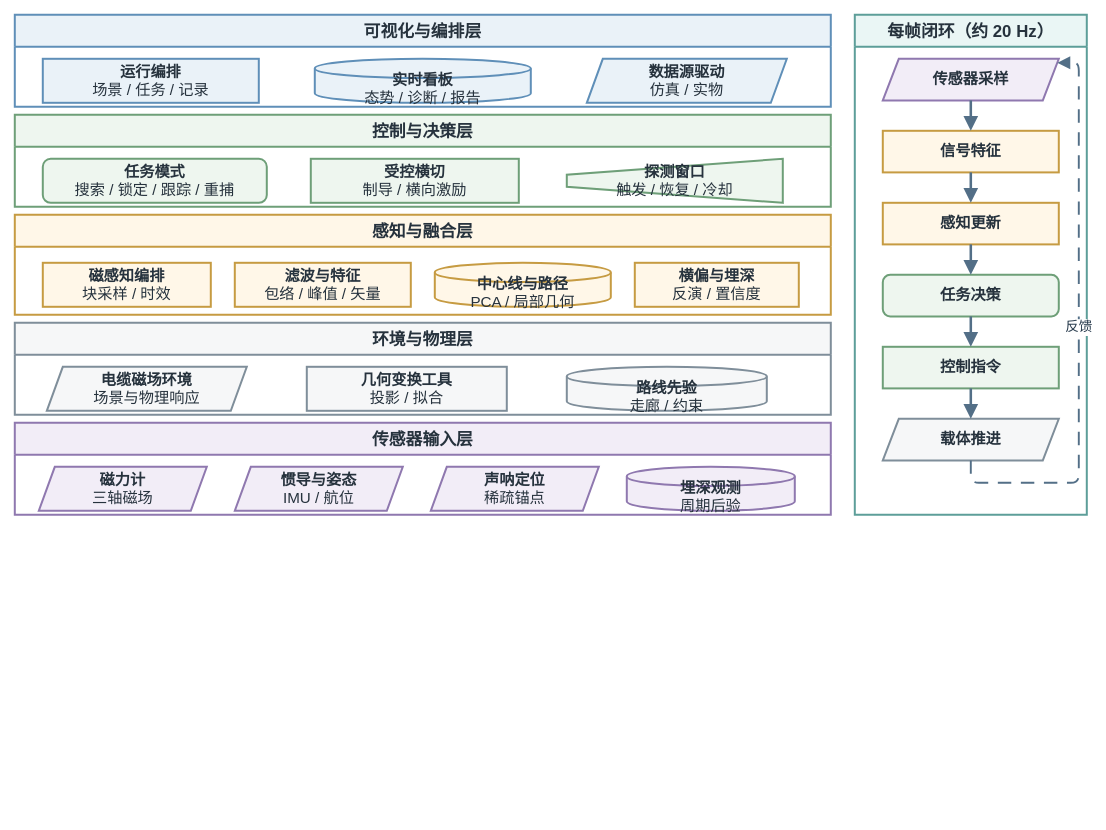
The draw.io diagram docs/figure/fig_arch_onion.drawio in 360ZMEM/AUV-Master-Mag, before the edit. Source tidied: cells renumbered, new cells numbered last; positions are measured from the earlier drawing's top-left corner, leaving out a move shared by most shapes. Both pictures are drawn from the tidied source at 80%, with x=0, y=0 at pixel (14, 14).
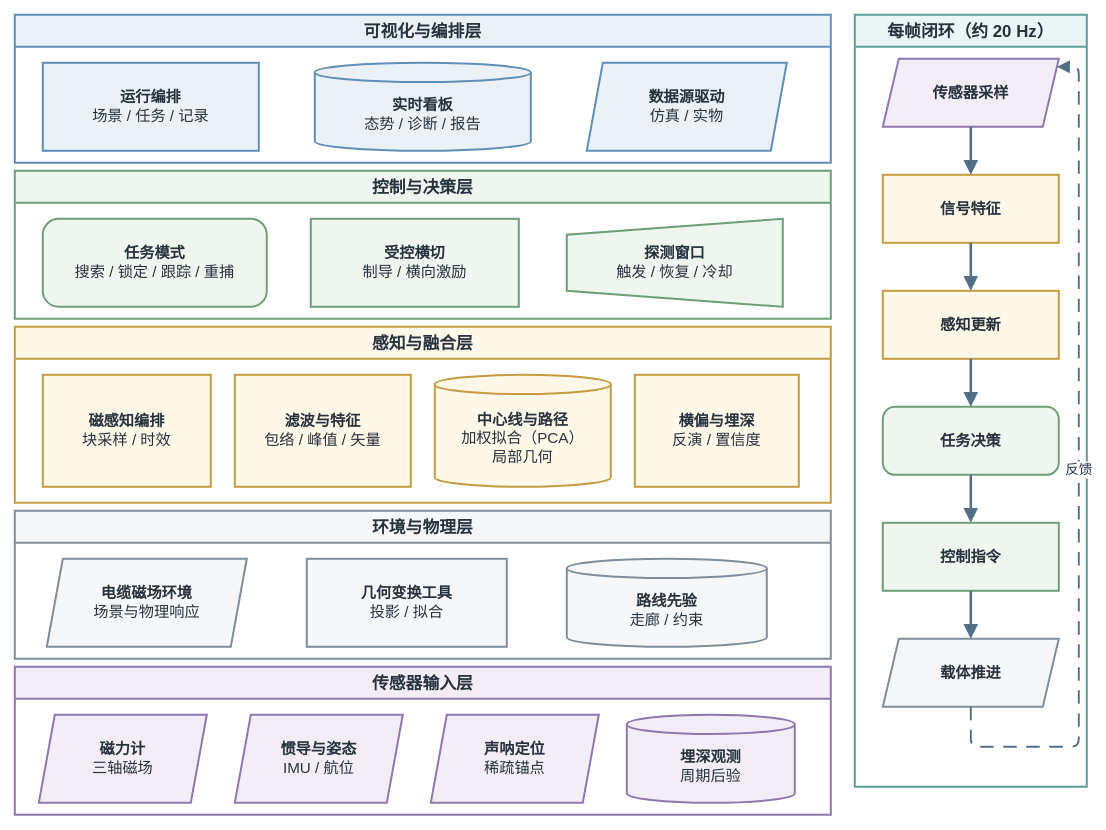
After the change.

Diff of the diagram source:
```diff
@@
     <mxCell id="2" value="可视化与编排层" style="swimlane;whiteSpace=wrap;html=1;rounded=0;startSize=40;fillColor=#EAF2F8;strokeColor=#5F8FB8;strokeWidth=2.5;fontFamily=Songti SC;fontSize=21;fontStyle=1;fontColor=#26323D;" parent="1" vertex="1">
-      <mxGeometry width="1020" height="115" as="geometry" />
+      <mxGeometry width="1020" height="185" as="geometry" />
     </mxCell>
     <mxCell id="3" value="控制与决策层" style="swimlane;whiteSpace=wrap;html=1;rounded=0;startSize=40;fillColor=#EEF6EF;strokeColor=#6E9F78;strokeWidth=2.5;fontFamily=Songti SC;fontSize=21;fontStyle=1;fontColor=#26323D;" parent="1" vertex="1">
-      <mxGeometry y="125" width="1020" height="115" as="geometry" />
+      <mxGeometry y="195" width="1020" height="185" as="geometry" />
     </mxCell>
     <mxCell id="4" value="感知与融合层" style="swimlane;whiteSpace=wrap;html=1;rounded=0;startSize=40;fillColor=#FFF7E8;strokeColor=#C69B42;strokeWidth=2.5;fontFamily=Songti SC;fontSize=21;fontStyle=1;fontColor=#26323D;" parent="1" vertex="1">
-      <mxGeometry y="250" width="1020" height="125" as="geometry" />
+      <mxGeometry y="390" width="1020" height="220" as="geometry" />
     </mxCell>
     <mxCell id="5" value="环境与物理层" style="swimlane;whiteSpace=wrap;html=1;rounded=0;startSize=40;fillColor=#F6F7F8;strokeColor=#7F8E9A;strokeWidth=2.5;fontFamily=Songti SC;fontSize=21;fontStyle=1;fontColor=#26323D;" parent="1" vertex="1">
-      <mxGeometry y="385" width="1020" height="115" as="geometry" />
+      <mxGeometry y="620" width="1020" height="185" as="geometry" />
     </mxCell>
     <mxCell id="6" value="传感器输入层" style="swimlane;whiteSpace=wrap;html=1;rounded=0;startSize=40;fillColor=#F2EDF7;strokeColor=#8F78AF;strokeWidth=2.5;fontFamily=Songti SC;fontSize=21;fontStyle=1;fontColor=#26323D;" parent="1" vertex="1">
-      <mxGeometry y="510" width="1020" height="115" as="geometry" />
+      <mxGeometry y="815" width="1020" height="185" as="geometry" />
     </mxCell>
     <mxCell id="7" value="每帧闭环（约 20 Hz）" style="swimlane;whiteSpace=wrap;html=1;rounded=0;startSize=40;fillColor=#EAF6F5;strokeColor=#5D9E99;strokeWidth=2.5;fontFamily=Songti SC;fontSize=21;fontStyle=1;fontColor=#26323D;" parent="1" vertex="1">
-      <mxGeometry x="1050" width="290" height="625" as="geometry" />
+      <mxGeometry x="1050" width="290" height="965" as="geometry" />
     </mxCell>
     <mxCell id="8" value="&lt;b&gt;运行编排&lt;/b&gt;&lt;br&gt;场景 / 任务 / 记录" style="rounded=0;whiteSpace=wrap;html=1;align=center;verticalAlign=middle;fillColor=#EAF2F8;strokeColor=#5F8FB8;strokeWidth=2.5;spacing=8;fontFamily=Songti SC;fontSize=19;fontColor=#26323D;" parent="2" vertex="1">
-      <mxGeometry x="35" y="55" width="270" height="55" as="geometry" />
+      <mxGeometry x="35" y="60" width="270" height="110" as="geometry" />
     </mxCell>
     <mxCell id="9" value="&lt;b&gt;实时看板&lt;/b&gt;&lt;br&gt;态势 / 诊断 / 报告" style="shape=cylinder3;boundedLbl=1;backgroundOutline=1;size=12;whiteSpace=wrap;html=1;align=center;verticalAlign=middle;fillColor=#EAF2F8;strokeColor=#5F8FB8;strokeWidth=2.5;spacing=8;fontFamily=Songti SC;fontSize=19;fontColor=#26323D;" parent="2" vertex="1">
-      <mxGeometry x="375" y="55" width="270" height="55" as="geometry" />
+      <mxGeometry x="375" y="60" width="270" height="110" as="geometry" />
     </mxCell>
     <mxCell id="10" value="&lt;b&gt;数据源驱动&lt;/b&gt;&lt;br&gt;仿真 / 实物" style="shape=parallelogram;perimeter=parallelogramPerimeter;fixedSize=1;whiteSpace=wrap;html=1;align=center;verticalAlign=middle;fillColor=#EAF2F8;strokeColor=#5F8FB8;strokeWidth=2.5;spacing=8;fontFamily=Songti SC;fontSize=19;fontColor=#26323D;" parent="2" vertex="1">
-      <mxGeometry x="715" y="55" width="250" height="55" as="geometry" />
+      <mxGeometry x="715" y="60" width="250" height="110" as="geometry" />
     </mxCell>
     <mxCell id="11" value="&lt;b&gt;任务模式&lt;/b&gt;&lt;br&gt;搜索 / 锁定 / 跟踪 / 重捕" style="rounded=1;arcSize=18;whiteSpace=wrap;html=1;align=center;verticalAlign=middle;fillColor=#EEF6EF;strokeColor=#6E9F78;strokeWidth=2.5;spacing=8;fontFamily=Songti SC;fontSize=19;fontColor=#26323D;" parent="3" vertex="1">
-      <mxGeometry x="35" y="55" width="280" height="55" as="geometry" />
+      <mxGeometry x="35" y="60" width="280" height="110" as="geometry" />
     </mxCell>
     <mxCell id="12" value="&lt;b&gt;受控横切&lt;/b&gt;&lt;br&gt;制导 / 横向激励" style="rounded=0;whiteSpace=wrap;html=1;align=center;verticalAlign=middle;fillColor=#EEF6EF;strokeColor=#6E9F78;strokeWidth=2.5;spacing=8;fontFamily=Songti SC;fontSize=19;fontColor=#26323D;" parent="3" vertex="1">
-      <mxGeometry x="370" y="55" width="260" height="55" as="geometry" />
+      <mxGeometry x="370" y="60" width="260" height="110" as="geometry" />
     </mxCell>
     <mxCell id="13" value="&lt;b&gt;探测窗口&lt;/b&gt;&lt;br&gt;触发 / 恢复 / 冷却" style="shape=trapezoid;perimeter=trapezoidPerimeter;fixedSize=1;direction=north;whiteSpace=wrap;html=1;align=center;verticalAlign=middle;fillColor=#EEF6EF;strokeColor=#6E9F78;strokeWidth=2.5;spacing=8;fontFamily=Songti SC;fontSize=19;fontColor=#26323D;" parent="3" vertex="1">
-      <mxGeometry x="690" y="55" width="270" height="55" as="geometry" />
+      <mxGeometry x="690" y="60" width="270" height="110" as="geometry" />
     </mxCell>
     <mxCell id="14" value="&lt;b&gt;磁感知编排&lt;/b&gt;&lt;br&gt;块采样 / 时效" style="rounded=0;whiteSpace=wrap;html=1;align=center;verticalAlign=middle;fillColor=#FFF7E8;strokeColor=#C69B42;strokeWidth=2.5;spacing=8;fontFamily=Songti SC;fontSize=19;fontColor=#26323D;" parent="4" vertex="1">
-      <mxGeometry x="35" y="60" width="210" height="55" as="geometry" />
+      <mxGeometry x="35" y="60" width="210" height="140" as="geometry" />
     </mxCell>
     <mxCell id="15" value="&lt;b&gt;滤波与特征&lt;/b&gt;&lt;br&gt;包络 / 峰值 / 矢量" style="rounded=0;whiteSpace=wrap;html=1;align=center;verticalAlign=middle;fillColor=#FFF7E8;strokeColor=#C69B42;strokeWidth=2.5;spacing=8;fontFamily=Songti SC;fontSize=19;fontColor=#26323D;" parent="4" vertex="1">
-      <mxGeometry x="275" y="60" width="220" height="55" as="geometry" />
+      <mxGeometry x="275" y="60" width="220" height="140" as="geometry" />
     </mxCell>
-    <mxCell id="16" value="&lt;b&gt;中心线与路径&lt;/b&gt;&lt;br&gt;PCA / 局部几何" style="shape=cylinder3;boundedLbl=1;backgroundOutline=1;size=12;whiteSpace=wrap;html=1;align=center;verticalAlign=middle;fillColor=#FFF7E8;strokeColor=#C69B42;strokeWidth=2.5;spacing=8;fontFamily=Songti SC;fontSize=19;fontColor=#26323D;" parent="4" vertex="1">
-      <mxGeometry x="525" y="60" width="220" height="55" as="geometry" />
+    <mxCell id="16" value="&lt;b&gt;中心线与路径&lt;/b&gt;&lt;br&gt;加权拟合（PCA）&lt;br&gt;局部几何" style="shape=cylinder3;boundedLbl=1;backgroundOutline=1;size=12;whiteSpace=wrap;html=1;align=center;verticalAlign=middle;fillColor=#FFF7E8;strokeColor=#C69B42;strokeWidth=2.5;spacing=8;fontFamily=Songti SC;fontSize=19;fontColor=#26323D;" parent="4" vertex="1">
+      <mxGeometry x="525" y="60" width="220" height="140" as="geometry" />
     </mxCell>
     <mxCell id="17" value="&lt;b&gt;横偏与埋深&lt;/b&gt;&lt;br&gt;反演 / 置信度" style="rounded=0;whiteSpace=wrap;html=1;align=center;verticalAlign=middle;fillColor=#FFF7E8;strokeColor=#C69B42;strokeWidth=2.5;spacing=8;fontFamily=Songti SC;fontSize=19;fontColor=#26323D;" parent="4" vertex="1">
-      <mxGeometry x="775" y="60" width="205" height="55" as="geometry" />
+      <mxGeometry x="775" y="60" width="205" height="140" as="geometry" />
     </mxCell>
     <mxCell id="18" value="&lt;b&gt;电缆磁场环境&lt;/b&gt;&lt;br&gt;场景与物理响应" style="shape=parallelogram;perimeter=parallelogramPerimeter;fixedSize=1;whiteSpace=wrap;html=1;align=center;verticalAlign=middle;fillColor=#F6F7F8;strokeColor=#7F8E9A;strokeWidth=2.5;spacing=8;fontFamily=Songti SC;fontSize=19;fontColor=#26323D;" parent="5" vertex="1">
-      <mxGeometry x="40" y="55" width="250" height="55" as="geometry" />
+      <mxGeometry x="40" y="60" width="250" height="110" as="geometry" />
     </mxCell>
     <mxCell id="19" value="&lt;b&gt;几何变换工具&lt;/b&gt;&lt;br&gt;投影 / 拟合" style="rounded=0;whiteSpace=wrap;html=1;align=center;verticalAlign=middle;fillColor=#F6F7F8;strokeColor=#7F8E9A;strokeWidth=2.5;spacing=8;fontFamily=Songti SC;fontSize=19;fontColor=#26323D;" parent="5" vertex="1">
-      <mxGeometry x="365" y="55" width="250" height="55" as="geometry" />
+      <mxGeometry x="365" y="60" width="250" height="110" as="geometry" />
     </mxCell>
     <mxCell id="20" value="&lt;b&gt;路线先验&lt;/b&gt;&lt;br&gt;走廊 / 约束" style="shape=cylinder3;boundedLbl=1;backgroundOutline=1;size=12;whiteSpace=wrap;html=1;align=center;verticalAlign=middle;fillColor=#F6F7F8;strokeColor=#7F8E9A;strokeWidth=2.5;spacing=8;fontFamily=Songti SC;fontSize=19;fontColor=#26323D;" parent="5" vertex="1">
-      <mxGeometry x="690" y="55" width="250" height="55" as="geometry" />
+      <mxGeometry x="690" y="60" width="250" height="110" as="geometry" />
     </mxCell>
     <mxCell id="21" value="&lt;b&gt;磁力计&lt;/b&gt;&lt;br&gt;三轴磁场" style="shape=parallelogram;perimeter=parallelogramPerimeter;fixedSize=1;whiteSpace=wrap;html=1;align=center;verticalAlign=middle;fillColor=#F2EDF7;strokeColor=#8F78AF;strokeWidth=2.5;spacing=8;fontFamily=Songti SC;fontSize=19;fontColor=#26323D;" parent="6" vertex="1">
-      <mxGeometry x="30" y="55" width="210" height="55" as="geometry" />
+      <mxGeometry x="30" y="60" width="210" height="110" as="geometry" />
     </mxCell>
     <mxCell id="22" value="&lt;b&gt;惯导与姿态&lt;/b&gt;&lt;br&gt;IMU / 航位" style="shape=parallelogram;perimeter=parallelogramPerimeter;fixedSize=1;whiteSpace=wrap;html=1;align=center;verticalAlign=middle;fillColor=#F2EDF7;strokeColor=#8F78AF;strokeWidth=2.5;spacing=8;fontFamily=Songti SC;fontSize=19;fontColor=#26323D;" parent="6" vertex="1">
-      <mxGeometry x="275" y="55" width="210" height="55" as="geometry" />
+      <mxGeometry x="275" y="60" width="210" height="110" as="geometry" />
     </mxCell>
     <mxCell id="23" value="&lt;b&gt;声呐定位&lt;/b&gt;&lt;br&gt;稀疏锚点" style="shape=parallelogram;perimeter=parallelogramPerimeter;fixedSize=1;whiteSpace=wrap;html=1;align=center;verticalAlign=middle;fillColor=#F2EDF7;strokeColor=#8F78AF;strokeWidth=2.5;spacing=8;fontFamily=Songti SC;fontSize=19;fontColor=#26323D;" parent="6" vertex="1">
-      <mxGeometry x="520" y="55" width="210" height="55" as="geometry" />
+      <mxGeometry x="520" y="60" width="210" height="110" as="geometry" />
     </mxCell>
     <mxCell id="24" value="&lt;b&gt;埋深观测&lt;/b&gt;&lt;br&gt;周期后验" style="shape=cylinder3;boundedLbl=1;backgroundOutline=1;size=12;whiteSpace=wrap;html=1;align=center;verticalAlign=middle;fillColor=#F2EDF7;strokeColor=#8F78AF;strokeWidth=2.5;spacing=8;fontFamily=Songti SC;fontSize=19;fontColor=#26323D;" parent="6" vertex="1">
-      <mxGeometry x="765" y="55" width="210" height="55" as="geometry" />
+      <mxGeometry x="765" y="60" width="210" height="110" as="geometry" />
     </mxCell>
     <mxCell id="25" value="&lt;b&gt;传感器采样&lt;/b&gt;" style="shape=parallelogram;perimeter=parallelogramPerimeter;fixedSize=1;whiteSpace=wrap;html=1;align=center;verticalAlign=middle;fillColor=#F2EDF7;strokeColor=#8F78AF;strokeWidth=2.5;spacing=8;fontFamily=Songti SC;fontSize=19;fontColor=#26323D;" parent="7" vertex="1">
-      <mxGeometry x="35" y="55" width="220" height="52" as="geometry" />
+      <mxGeometry x="35" y="55" width="220" height="85" as="geometry" />
     </mxCell>
     <mxCell id="26" value="&lt;b&gt;信号特征&lt;/b&gt;" style="rounded=0;whiteSpace=wrap;html=1;align=center;verticalAlign=middle;fillColor=#FFF7E8;strokeColor=#C69B42;strokeWidth=2.5;spacing=8;fontFamily=Songti SC;fontSize=19;fontColor=#26323D;" parent="7" vertex="1">
-      <mxGeometry x="35" y="145" width="220" height="52" as="geometry" />
+      <mxGeometry x="35" y="200" width="220" height="85" as="geometry" />
     </mxCell>
     <mxCell id="27" value="&lt;b&gt;感知更新&lt;/b&gt;" style="rounded=0;whiteSpace=wrap;html=1;align=center;verticalAlign=middle;fillColor=#FFF7E8;strokeColor=#C69B42;strokeWidth=2.5;spacing=8;fontFamily=Songti SC;fontSize=19;fontColor=#26323D;" parent="7" vertex="1">
-      <mxGeometry x="35" y="235" width="220" height="52" as="geometry" />
+      <mxGeometry x="35" y="345" width="220" height="85" as="geometry" />
     </mxCell>
     <mxCell id="28" value="&lt;b&gt;任务决策&lt;/b&gt;" style="rounded=1;arcSize=18;whiteSpace=wrap;html=1;align=center;verticalAlign=middle;fillColor=#EEF6EF;strokeColor=#6E9F78;strokeWidth=2.5;spacing=8;fontFamily=Songti SC;fontSize=19;fontColor=#26323D;" parent="7" vertex="1">
-      <mxGeometry x="35" y="325" width="220" height="52" as="geometry" />
+      <mxGeometry x="35" y="490" width="220" height="85" as="geometry" />
     </mxCell>
     <mxCell id="29" value="&lt;b&gt;控制指令&lt;/b&gt;" style="rounded=0;whiteSpace=wrap;html=1;align=center;verticalAlign=middle;fillColor=#EEF6EF;strokeColor=#6E9F78;strokeWidth=2.5;spacing=8;fontFamily=Songti SC;fontSize=19;fontColor=#26323D;" parent="7" vertex="1">
-      <mxGeometry x="35" y="415" width="220" height="52" as="geometry" />
+      <mxGeometry x="35" y="635" width="220" height="85" as="geometry" />
     </mxCell>
     <mxCell id="30" value="&lt;b&gt;载体推进&lt;/b&gt;" style="shape=parallelogram;perimeter=parallelogramPerimeter;fixedSize=1;whiteSpace=wrap;html=1;align=center;verticalAlign=middle;fillColor=#F6F7F8;strokeColor=#7F8E9A;strokeWidth=2.5;spacing=8;fontFamily=Songti SC;fontSize=19;fontColor=#26323D;" parent="7" vertex="1">
-      <mxGeometry x="35" y="505" width="220" height="52" as="geometry" />
+      <mxGeometry x="35" y="780" width="220" height="85" as="geometry" />
     </mxCell>
@@
     <mxCell id="36" value="反馈" style="edgeStyle=orthogonalEdgeStyle;rounded=1;jettySize=auto;html=1;strokeColor=#536F87;strokeWidth=2.4;fontFamily=Songti SC;fontSize=17;fontColor=#25384A;labelBackgroundColor=#FFFFFF;labelBorderColor=none;endArrow=block;endFill=1;endSize=10;dashed=1;dashPattern=7 5;exitX=1;entryX=1;" parent="1" edge="1" source="30" target="25">
       <mxGeometry relative="1" as="geometry">
         <Array as="points">
-          <mxPoint x="1330" y="585" />
-          <mxPoint x="1330" y="60" />
+          <mxPoint x="1330" y="915" />
+          <mxPoint x="1330" y="65" />
         </Array>
       </mxGeometry>
     </mxCell>
```
